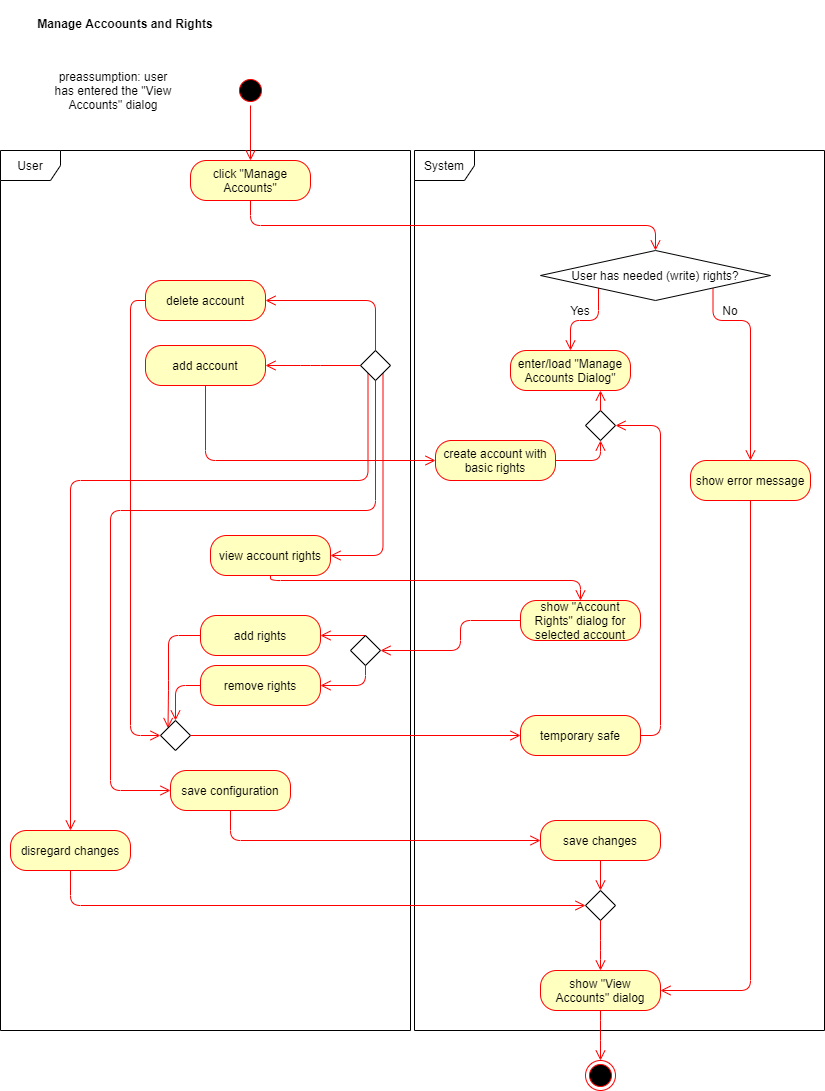
The draw.io diagram ManageAccountsAndRights_ActivityDiagram.png in mymanu/Camera-Observation-Tool-Documentation, before a commit. Source tidied: cells renumbered, new cells last; positions are measured from the earlier drawing's top-left corner, leaving out a move shared by most shapes. The source it was exported from:
```xml
<mxGraphModel>
  <root>
    <mxCell id="0" />
    <mxCell id="1" parent="0" />
    <mxCell id="2" value="User" style="shape=umlFrame;whiteSpace=wrap;html=1;" parent="1" vertex="1">
      <mxGeometry y="150" width="410" height="880" as="geometry" />
    </mxCell>
    <mxCell id="3" value="System" style="shape=umlFrame;whiteSpace=wrap;html=1;" parent="1" vertex="1">
      <mxGeometry x="414" y="150" width="410" height="880" as="geometry" />
    </mxCell>
    <mxCell id="4" value="Yes" style="text;html=1;strokeColor=none;fillColor=none;align=center;verticalAlign=middle;whiteSpace=wrap;rounded=0;" parent="1" vertex="1">
      <mxGeometry x="560" y="300" width="40" height="20" as="geometry" />
    </mxCell>
    <mxCell id="5" value="No" style="text;html=1;strokeColor=none;fillColor=none;align=center;verticalAlign=middle;whiteSpace=wrap;rounded=0;" parent="1" vertex="1">
      <mxGeometry x="710" y="300" width="40" height="20" as="geometry" />
    </mxCell>
    <mxCell id="6" value="preassumption: user has entered the &quot;View Accounts&quot; dialog" style="text;html=1;strokeColor=none;fillColor=none;align=center;verticalAlign=middle;whiteSpace=wrap;rounded=0;" parent="1" vertex="1">
      <mxGeometry x="48" y="80" width="130" height="20" as="geometry" />
    </mxCell>
    <mxCell id="7" style="ellipse;html=1;shape=startState;fillColor=#000000;strokeColor=#ff0000;" parent="1" vertex="1">
      <mxGeometry x="235" y="75" width="30" height="30" as="geometry" />
    </mxCell>
    <mxCell id="8" style="edgeStyle=orthogonalEdgeStyle;html=1;verticalAlign=bottom;endArrow=open;endSize=8;strokeColor=#ff0000;entryX=0.5;entryY=0;entryDx=0;entryDy=0;" parent="1" edge="1" source="7" target="11">
      <mxGeometry relative="1" as="geometry" />
    </mxCell>
    <mxCell id="9" value="Manage Accoounts and Rights" style="text;align=center;fontStyle=1;verticalAlign=middle;spacingLeft=3;spacingRight=3;strokeColor=none;" parent="1" vertex="1">
      <mxGeometry width="250" height="46" as="geometry" />
    </mxCell>
    <mxCell id="10" style="ellipse;html=1;shape=endState;fillColor=#000000;strokeColor=#ff0000;" parent="1" vertex="1">
      <mxGeometry x="585" y="1060" width="30" height="30" as="geometry" />
    </mxCell>
    <mxCell id="11" value="click &quot;Manage Accounts&quot;" style="rounded=1;whiteSpace=wrap;html=1;arcSize=40;fontColor=#000000;fillColor=#ffffc0;strokeColor=#ff0000;" parent="1" vertex="1">
      <mxGeometry x="190" y="160" width="120" height="40" as="geometry" />
    </mxCell>
    <mxCell id="12" style="edgeStyle=orthogonalEdgeStyle;html=1;verticalAlign=bottom;endArrow=open;endSize=8;strokeColor=#ff0000;entryX=0.5;entryY=0;entryDx=0;entryDy=0;exitX=0.5;exitY=1;exitDx=0;exitDy=0;" parent="1" edge="1" source="11" target="48">
      <mxGeometry relative="1" as="geometry" />
    </mxCell>
    <mxCell id="13" value="show error message" style="rounded=1;whiteSpace=wrap;html=1;arcSize=40;fontColor=#000000;fillColor=#ffffc0;strokeColor=#ff0000;" parent="1" vertex="1">
      <mxGeometry x="690" y="460" width="120" height="40" as="geometry" />
    </mxCell>
    <mxCell id="14" value="enter/load &quot;Manage Accounts Dialog&quot;" style="rounded=1;whiteSpace=wrap;html=1;arcSize=40;fontColor=#000000;fillColor=#ffffc0;strokeColor=#ff0000;" parent="1" vertex="1">
      <mxGeometry x="510" y="350" width="120" height="40" as="geometry" />
    </mxCell>
    <mxCell id="15" value="delete account" style="rounded=1;whiteSpace=wrap;html=1;arcSize=40;fontColor=#000000;fillColor=#ffffc0;strokeColor=#ff0000;" parent="1" vertex="1">
      <mxGeometry x="145" y="280" width="120" height="40" as="geometry" />
    </mxCell>
    <mxCell id="16" value="add account" style="rounded=1;whiteSpace=wrap;html=1;arcSize=40;fontColor=#000000;fillColor=#ffffc0;strokeColor=#ff0000;" parent="1" vertex="1">
      <mxGeometry x="145" y="345" width="120" height="40" as="geometry" />
    </mxCell>
    <mxCell id="17" value="add rights" style="rounded=1;whiteSpace=wrap;html=1;arcSize=40;fontColor=#000000;fillColor=#ffffc0;strokeColor=#ff0000;" parent="1" vertex="1">
      <mxGeometry x="200" y="615" width="120" height="40" as="geometry" />
    </mxCell>
    <mxCell id="18" value="remove rights" style="rounded=1;whiteSpace=wrap;html=1;arcSize=40;fontColor=#000000;fillColor=#ffffc0;strokeColor=#ff0000;" parent="1" vertex="1">
      <mxGeometry x="200" y="665" width="120" height="40" as="geometry" />
    </mxCell>
    <mxCell id="19" value="save configuration" style="rounded=1;whiteSpace=wrap;html=1;arcSize=40;fontColor=#000000;fillColor=#ffffc0;strokeColor=#ff0000;" parent="1" vertex="1">
      <mxGeometry x="170" y="770" width="120" height="40" as="geometry" />
    </mxCell>
    <mxCell id="20" value="view account rights" style="rounded=1;whiteSpace=wrap;html=1;arcSize=40;fontColor=#000000;fillColor=#ffffc0;strokeColor=#ff0000;" parent="1" vertex="1">
      <mxGeometry x="210" y="535" width="120" height="40" as="geometry" />
    </mxCell>
    <mxCell id="21" value="show &quot;Account Rights&quot; dialog for selected account" style="rounded=1;whiteSpace=wrap;html=1;arcSize=40;fontColor=#000000;fillColor=#ffffc0;strokeColor=#ff0000;" parent="1" vertex="1">
      <mxGeometry x="520" y="600" width="120" height="40" as="geometry" />
    </mxCell>
    <mxCell id="22" style="edgeStyle=orthogonalEdgeStyle;html=1;verticalAlign=bottom;endArrow=open;endSize=8;strokeColor=#ff0000;entryX=1;entryY=0.5;entryDx=0;entryDy=0;exitX=0.5;exitY=0;exitDx=0;exitDy=0;" parent="1" edge="1" source="53" target="15">
      <mxGeometry relative="1" as="geometry" />
    </mxCell>
    <mxCell id="23" style="edgeStyle=orthogonalEdgeStyle;html=1;verticalAlign=bottom;endArrow=open;endSize=8;strokeColor=#ff0000;entryX=1;entryY=0.5;entryDx=0;entryDy=0;exitX=0;exitY=0.5;exitDx=0;exitDy=0;startSize=7;" parent="1" edge="1" source="53" target="16">
      <mxGeometry relative="1" as="geometry">
        <Array as="points">
          <mxPoint x="310" y="365" />
          <mxPoint x="310" y="365" />
        </Array>
      </mxGeometry>
    </mxCell>
    <mxCell id="24" style="edgeStyle=orthogonalEdgeStyle;html=1;verticalAlign=bottom;endArrow=open;endSize=8;strokeColor=#ff0000;entryX=1;entryY=0.5;entryDx=0;entryDy=0;exitX=1;exitY=1;exitDx=0;exitDy=0;" parent="1" edge="1" source="53" target="20">
      <mxGeometry relative="1" as="geometry">
        <Array as="points">
          <mxPoint x="383" y="555" />
        </Array>
      </mxGeometry>
    </mxCell>
    <mxCell id="25" style="edgeStyle=orthogonalEdgeStyle;html=1;verticalAlign=bottom;endArrow=open;endSize=8;strokeColor=#ff0000;entryX=0.5;entryY=0;entryDx=0;entryDy=0;exitX=0.5;exitY=1;exitDx=0;exitDy=0;" parent="1" edge="1" source="20" target="21">
      <mxGeometry relative="1" as="geometry">
        <Array as="points">
          <mxPoint x="270" y="580" />
          <mxPoint x="580" y="580" />
        </Array>
      </mxGeometry>
    </mxCell>
    <mxCell id="26" style="edgeStyle=orthogonalEdgeStyle;html=1;verticalAlign=bottom;endArrow=open;endSize=8;strokeColor=#ff0000;exitX=0.5;exitY=0;exitDx=0;exitDy=0;entryX=1;entryY=0.5;entryDx=0;entryDy=0;" parent="1" edge="1" source="55" target="17">
      <mxGeometry relative="1" as="geometry">
        <Array as="points">
          <mxPoint x="365" y="635" />
          <mxPoint x="365" y="635" />
        </Array>
      </mxGeometry>
    </mxCell>
    <mxCell id="27" style="edgeStyle=orthogonalEdgeStyle;html=1;verticalAlign=bottom;endArrow=open;endSize=8;strokeColor=#ff0000;entryX=1;entryY=0.5;entryDx=0;entryDy=0;exitX=0.5;exitY=1;exitDx=0;exitDy=0;" parent="1" edge="1" source="55" target="18">
      <mxGeometry relative="1" as="geometry">
        <Array as="points">
          <mxPoint x="365" y="685" />
        </Array>
      </mxGeometry>
    </mxCell>
    <mxCell id="28" style="edgeStyle=orthogonalEdgeStyle;html=1;verticalAlign=bottom;endArrow=open;endSize=8;strokeColor=#ff0000;exitX=0.5;exitY=1;exitDx=0;exitDy=0;entryX=0;entryY=0.5;entryDx=0;entryDy=0;" parent="1" edge="1" source="16" target="29">
      <mxGeometry relative="1" as="geometry">
        <Array as="points">
          <mxPoint x="205" y="460" />
        </Array>
      </mxGeometry>
    </mxCell>
    <mxCell id="29" value="create account with basic rights" style="rounded=1;whiteSpace=wrap;html=1;arcSize=40;fontColor=#000000;fillColor=#ffffc0;strokeColor=#ff0000;" parent="1" vertex="1">
      <mxGeometry x="435" y="440" width="120" height="40" as="geometry" />
    </mxCell>
    <mxCell id="30" style="edgeStyle=orthogonalEdgeStyle;html=1;verticalAlign=bottom;endArrow=open;endSize=8;strokeColor=#ff0000;entryX=0.5;entryY=1;entryDx=0;entryDy=0;exitX=1;exitY=0.5;exitDx=0;exitDy=0;" parent="1" edge="1" source="29" target="49">
      <mxGeometry relative="1" as="geometry">
        <Array as="points">
          <mxPoint x="600" y="460" />
        </Array>
      </mxGeometry>
    </mxCell>
    <mxCell id="31" style="edgeStyle=orthogonalEdgeStyle;html=1;verticalAlign=bottom;endArrow=open;endSize=8;strokeColor=#ff0000;exitX=0;exitY=0.5;exitDx=0;exitDy=0;entryX=0;entryY=0;entryDx=0;entryDy=0;" parent="1" edge="1" source="17" target="54">
      <mxGeometry relative="1" as="geometry">
        <Array as="points">
          <mxPoint x="168" y="635" />
          <mxPoint x="168" y="690" />
        </Array>
      </mxGeometry>
    </mxCell>
    <mxCell id="32" value="temporary safe" style="rounded=1;whiteSpace=wrap;html=1;arcSize=40;fontColor=#000000;fillColor=#ffffc0;strokeColor=#ff0000;" parent="1" vertex="1">
      <mxGeometry x="520" y="715" width="120" height="40" as="geometry" />
    </mxCell>
    <mxCell id="33" style="edgeStyle=orthogonalEdgeStyle;html=1;verticalAlign=bottom;endArrow=open;endSize=8;strokeColor=#ff0000;exitX=1;exitY=0.5;exitDx=0;exitDy=0;entryX=1;entryY=0.5;entryDx=0;entryDy=0;" parent="1" edge="1" source="32" target="49">
      <mxGeometry relative="1" as="geometry">
        <Array as="points">
          <mxPoint x="660" y="735" />
          <mxPoint x="660" y="425" />
        </Array>
      </mxGeometry>
    </mxCell>
    <mxCell id="34" value="save changes" style="rounded=1;whiteSpace=wrap;html=1;arcSize=40;fontColor=#000000;fillColor=#ffffc0;strokeColor=#ff0000;" parent="1" vertex="1">
      <mxGeometry x="540" y="820" width="120" height="40" as="geometry" />
    </mxCell>
    <mxCell id="35" style="edgeStyle=orthogonalEdgeStyle;html=1;verticalAlign=bottom;endArrow=open;endSize=8;strokeColor=#ff0000;exitX=0;exitY=0.5;exitDx=0;exitDy=0;entryX=0.5;entryY=0;entryDx=0;entryDy=0;" parent="1" edge="1" source="18" target="54">
      <mxGeometry relative="1" as="geometry">
        <Array as="points">
          <mxPoint x="175" y="685" />
        </Array>
      </mxGeometry>
    </mxCell>
    <mxCell id="36" style="edgeStyle=orthogonalEdgeStyle;html=1;verticalAlign=bottom;endArrow=open;endSize=8;strokeColor=#ff0000;exitX=0.5;exitY=1;exitDx=0;exitDy=0;entryX=0;entryY=0.5;entryDx=0;entryDy=0;" parent="1" edge="1" source="53" target="19">
      <mxGeometry relative="1" as="geometry">
        <Array as="points">
          <mxPoint x="375" y="510" />
          <mxPoint x="110" y="510" />
          <mxPoint x="110" y="790" />
        </Array>
      </mxGeometry>
    </mxCell>
    <mxCell id="37" style="edgeStyle=orthogonalEdgeStyle;html=1;verticalAlign=bottom;endArrow=open;endSize=8;strokeColor=#ff0000;exitX=0.5;exitY=1;exitDx=0;exitDy=0;entryX=0;entryY=0.5;entryDx=0;entryDy=0;" parent="1" edge="1" source="19" target="34">
      <mxGeometry relative="1" as="geometry">
        <Array as="points">
          <mxPoint x="230" y="840" />
        </Array>
      </mxGeometry>
    </mxCell>
    <mxCell id="38" style="edgeStyle=orthogonalEdgeStyle;html=1;verticalAlign=bottom;endArrow=open;endSize=8;strokeColor=#ff0000;exitX=0.5;exitY=1;exitDx=0;exitDy=0;entryX=0.5;entryY=0;entryDx=0;entryDy=0;" parent="1" edge="1" source="34" target="51">
      <mxGeometry relative="1" as="geometry">
        <Array as="points">
          <mxPoint x="600" y="890" />
          <mxPoint x="600" y="890" />
        </Array>
      </mxGeometry>
    </mxCell>
    <mxCell id="39" style="edgeStyle=orthogonalEdgeStyle;html=1;verticalAlign=bottom;endArrow=open;endSize=8;strokeColor=#ff0000;exitX=0;exitY=0.5;exitDx=0;exitDy=0;entryX=0;entryY=0.5;entryDx=0;entryDy=0;" parent="1" edge="1" source="15" target="54">
      <mxGeometry relative="1" as="geometry">
        <Array as="points">
          <mxPoint x="130" y="300" />
          <mxPoint x="130" y="735" />
        </Array>
      </mxGeometry>
    </mxCell>
    <mxCell id="40" value="show &quot;View Accounts&quot; dialog" style="rounded=1;whiteSpace=wrap;html=1;arcSize=40;fontColor=#000000;fillColor=#ffffc0;strokeColor=#ff0000;" parent="1" vertex="1">
      <mxGeometry x="540" y="970" width="120" height="40" as="geometry" />
    </mxCell>
    <mxCell id="41" value="disregard changes" style="rounded=1;whiteSpace=wrap;html=1;arcSize=40;fontColor=#000000;fillColor=#ffffc0;strokeColor=#ff0000;" parent="1" vertex="1">
      <mxGeometry x="10" y="830" width="120" height="40" as="geometry" />
    </mxCell>
    <mxCell id="42" style="edgeStyle=orthogonalEdgeStyle;html=1;verticalAlign=bottom;endArrow=open;endSize=8;strokeColor=#ff0000;exitX=0;exitY=1;exitDx=0;exitDy=0;entryX=0.5;entryY=0;entryDx=0;entryDy=0;" parent="1" edge="1" source="53" target="41">
      <mxGeometry relative="1" as="geometry">
        <Array as="points">
          <mxPoint x="368" y="480" />
          <mxPoint x="70" y="480" />
        </Array>
      </mxGeometry>
    </mxCell>
    <mxCell id="43" style="edgeStyle=orthogonalEdgeStyle;html=1;verticalAlign=bottom;endArrow=open;endSize=8;strokeColor=#ff0000;exitX=0.5;exitY=1;exitDx=0;exitDy=0;entryX=0;entryY=0.5;entryDx=0;entryDy=0;" parent="1" edge="1" source="41" target="51">
      <mxGeometry relative="1" as="geometry">
        <Array as="points">
          <mxPoint x="70" y="905" />
        </Array>
      </mxGeometry>
    </mxCell>
    <mxCell id="44" style="edgeStyle=orthogonalEdgeStyle;html=1;verticalAlign=bottom;endArrow=open;endSize=8;strokeColor=#ff0000;exitX=0.5;exitY=1;exitDx=0;exitDy=0;entryX=0.5;entryY=0;entryDx=0;entryDy=0;" parent="1" edge="1" source="40" target="10">
      <mxGeometry relative="1" as="geometry">
        <Array as="points">
          <mxPoint x="600" y="1030" />
          <mxPoint x="600" y="1030" />
        </Array>
      </mxGeometry>
    </mxCell>
    <mxCell id="45" style="edgeStyle=orthogonalEdgeStyle;html=1;verticalAlign=bottom;endArrow=open;endSize=8;strokeColor=#ff0000;exitX=0.5;exitY=1;exitDx=0;exitDy=0;entryX=1;entryY=0.5;entryDx=0;entryDy=0;" parent="1" edge="1" source="13" target="40">
      <mxGeometry relative="1" as="geometry">
        <Array as="points">
          <mxPoint x="750" y="990" />
        </Array>
      </mxGeometry>
    </mxCell>
    <mxCell id="46" style="edgeStyle=orthogonalEdgeStyle;html=1;verticalAlign=bottom;endArrow=open;endSize=8;strokeColor=#ff0000;entryX=0.5;entryY=0;entryDx=0;entryDy=0;exitX=1;exitY=1;exitDx=0;exitDy=0;" parent="1" edge="1" source="48" target="13">
      <mxGeometry relative="1" as="geometry">
        <Array as="points">
          <mxPoint x="713" y="320" />
          <mxPoint x="750" y="320" />
        </Array>
      </mxGeometry>
    </mxCell>
    <mxCell id="47" style="edgeStyle=orthogonalEdgeStyle;html=1;verticalAlign=bottom;endArrow=open;endSize=8;strokeColor=#ff0000;entryX=0.5;entryY=0;entryDx=0;entryDy=0;" parent="1" edge="1" target="14">
      <mxGeometry relative="1" as="geometry">
        <mxPoint x="598" y="280" as="sourcePoint" />
        <Array as="points">
          <mxPoint x="598" y="320" />
          <mxPoint x="570" y="320" />
        </Array>
      </mxGeometry>
    </mxCell>
    <mxCell id="48" value="User has needed (write) rights?" style="rhombus;" parent="1" vertex="1">
      <mxGeometry x="540" y="250" width="230" height="50" as="geometry" />
    </mxCell>
    <mxCell id="49" style="rhombus;" parent="1" vertex="1">
      <mxGeometry x="585" y="410" width="30" height="30" as="geometry" />
    </mxCell>
    <mxCell id="50" style="edgeStyle=orthogonalEdgeStyle;html=1;verticalAlign=bottom;endArrow=open;endSize=8;strokeColor=#ff0000;exitX=0.5;exitY=0;exitDx=0;exitDy=0;entryX=0.75;entryY=1;entryDx=0;entryDy=0;" parent="1" edge="1" source="49" target="14">
      <mxGeometry relative="1" as="geometry" />
    </mxCell>
    <mxCell id="51" style="rhombus;" parent="1" vertex="1">
      <mxGeometry x="585" y="890" width="30" height="30" as="geometry" />
    </mxCell>
    <mxCell id="52" style="edgeStyle=orthogonalEdgeStyle;html=1;verticalAlign=bottom;endArrow=open;endSize=8;strokeColor=#ff0000;exitX=0.5;exitY=1;exitDx=0;exitDy=0;entryX=0.5;entryY=0;entryDx=0;entryDy=0;" parent="1" edge="1" source="51" target="40">
      <mxGeometry relative="1" as="geometry">
        <Array as="points">
          <mxPoint x="600" y="950" />
          <mxPoint x="600" y="950" />
        </Array>
      </mxGeometry>
    </mxCell>
    <mxCell id="53" style="rhombus;" parent="1" vertex="1">
      <mxGeometry x="360" y="350" width="30" height="30" as="geometry" />
    </mxCell>
    <mxCell id="54" style="rhombus;" parent="1" vertex="1">
      <mxGeometry x="160" y="720" width="30" height="30" as="geometry" />
    </mxCell>
    <mxCell id="55" style="rhombus;" parent="1" vertex="1">
      <mxGeometry x="350" y="635" width="30" height="30" as="geometry" />
    </mxCell>
    <mxCell id="56" style="edgeStyle=orthogonalEdgeStyle;html=1;verticalAlign=bottom;endArrow=open;endSize=8;strokeColor=#ff0000;entryX=1;entryY=0.5;entryDx=0;entryDy=0;exitX=0;exitY=0.5;exitDx=0;exitDy=0;" parent="1" edge="1" source="21" target="55">
      <mxGeometry relative="1" as="geometry">
        <Array as="points">
          <mxPoint x="460" y="620" />
          <mxPoint x="460" y="650" />
        </Array>
      </mxGeometry>
    </mxCell>
    <mxCell id="57" style="edgeStyle=orthogonalEdgeStyle;html=1;verticalAlign=bottom;endArrow=open;endSize=8;strokeColor=#ff0000;exitX=1;exitY=0.5;exitDx=0;exitDy=0;entryX=0;entryY=0.5;entryDx=0;entryDy=0;" parent="1" edge="1" source="54" target="32">
      <mxGeometry relative="1" as="geometry">
        <Array as="points">
          <mxPoint x="520" y="735" />
        </Array>
      </mxGeometry>
    </mxCell>
  </root>
</mxGraphModel>
```
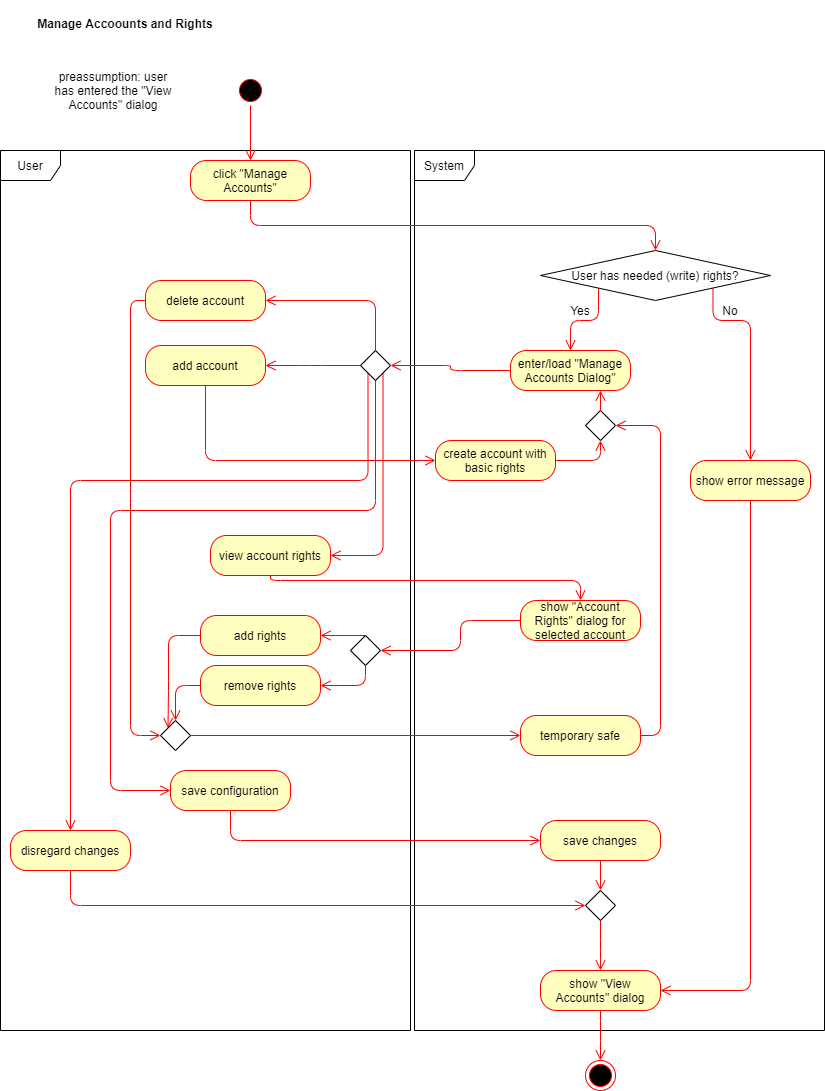
Later version of the same file.

The edit, as a diff of the source:
```diff
@@ -278,5 +278,8 @@
         </Array>
       </mxGeometry>
     </mxCell>
+    <mxCell id="58" style="edgeStyle=orthogonalEdgeStyle;html=1;verticalAlign=bottom;endArrow=open;endSize=8;strokeColor=#ff0000;entryX=1;entryY=0.5;entryDx=0;entryDy=0;exitX=0;exitY=0.5;exitDx=0;exitDy=0;" parent="1" edge="1" source="14" target="53">
+      <mxGeometry relative="1" as="geometry" />
+    </mxCell>
   </root>
 </mxGraphModel>
```
